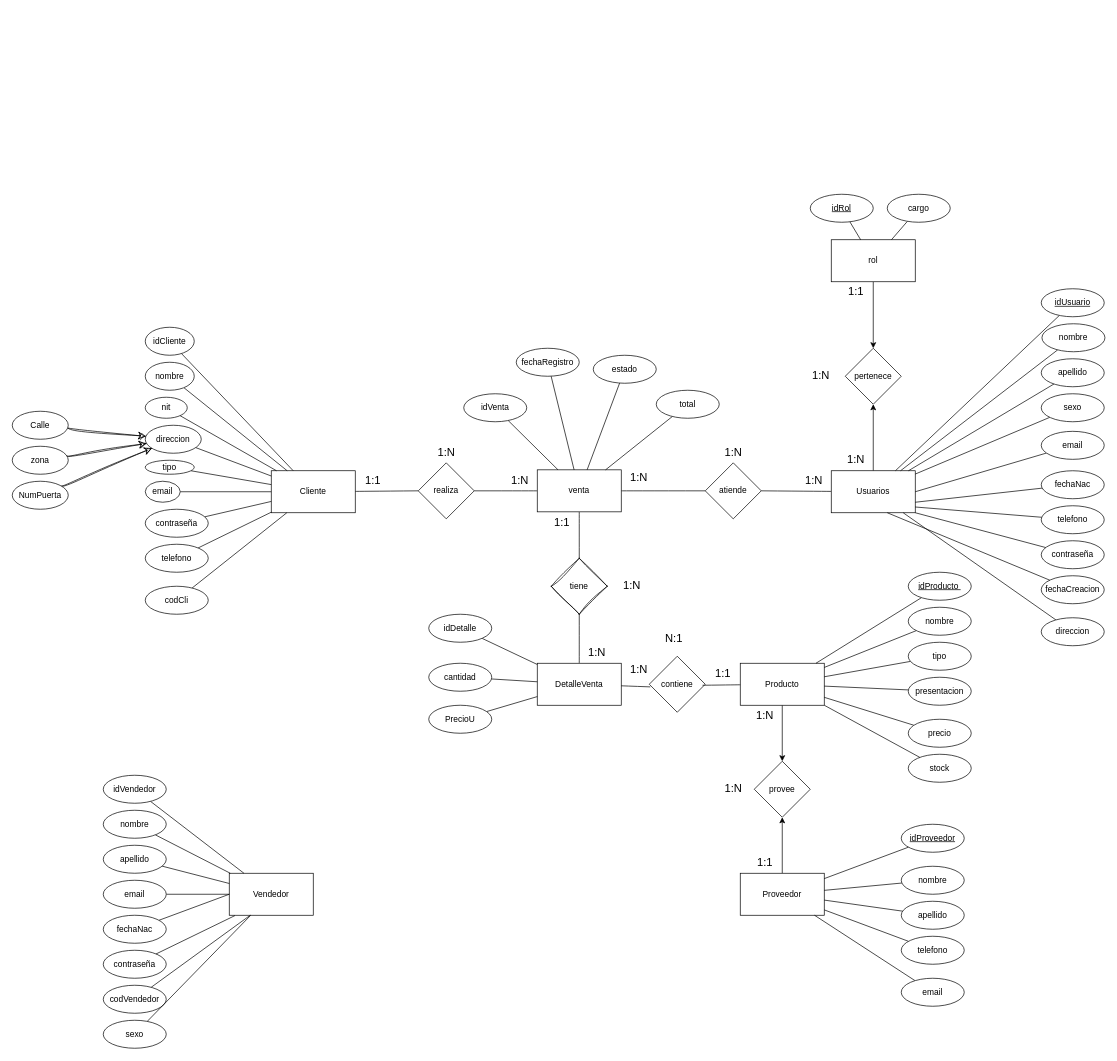
Earlier version of the draw.io diagram CBN VENTAS (1).drawio (EliasLopez09/Estructura-de-Datos-). Source tidied: cells renumbered, new cells numbered last; positions are measured from the earlier drawing's top-left corner, leaving out a move shared by most shapes. Both pictures are drawn from the tidied source at 70%, with x=0, y=0 at pixel (12, 194).
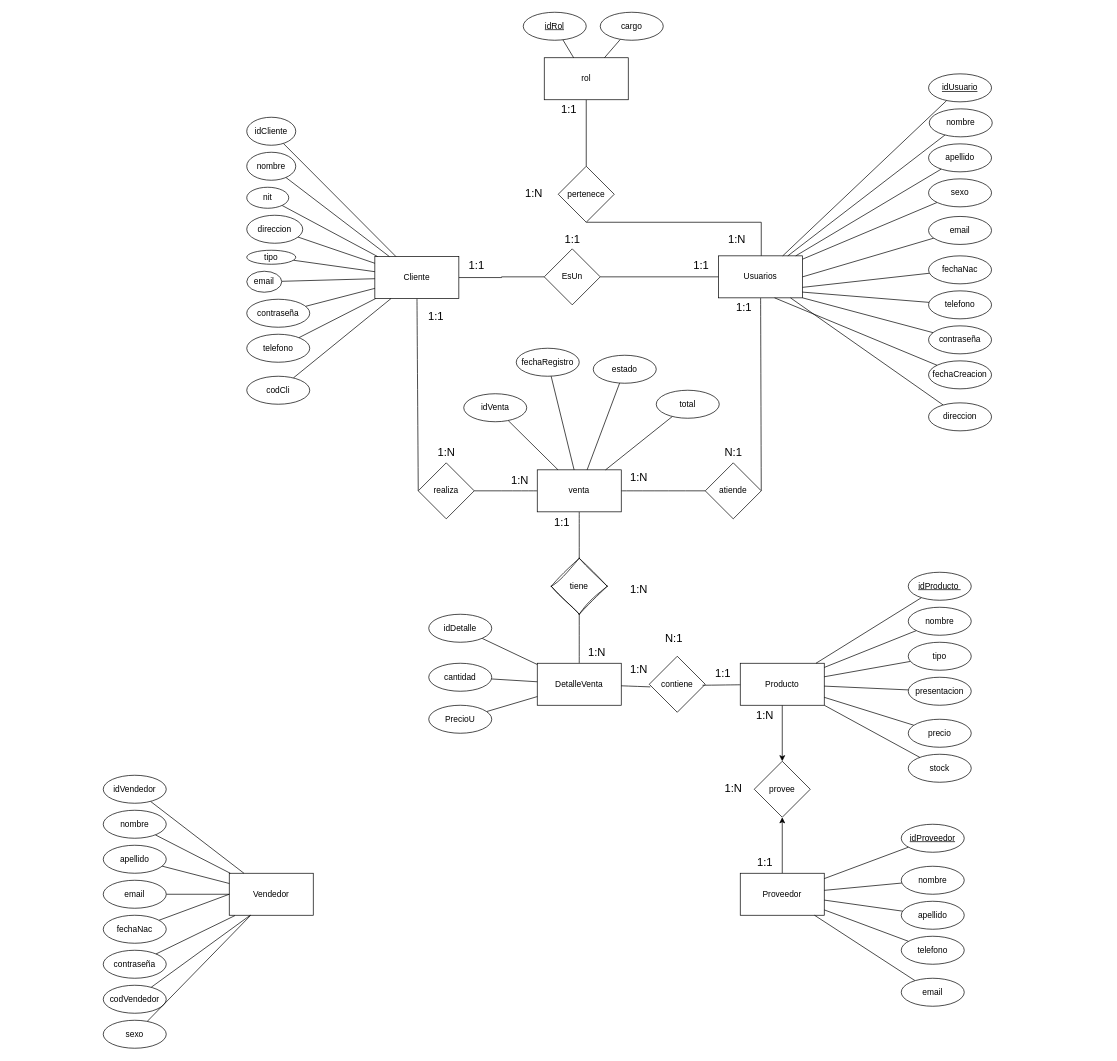
The same diagram, later.

What changed in the source:
```diff
@@
+    <mxCell id="146" style="edgeStyle=orthogonalEdgeStyle;rounded=0;jettySize=auto;html=1;entryX=0;entryY=0.5;entryDx=0;entryDy=0;endArrow=none;startFill=0;" parent="1" edge="1" source="3" target="148">
+      <mxGeometry relative="1" as="geometry" />
+    </mxCell>
     <mxCell id="3" value="&lt;font face=&quot;Helvetica&quot;&gt;Cliente&lt;/font&gt;" style="rounded=0;whiteSpace=wrap;html=1;hachureGap=4;fontFamily=Architects Daughter;" parent="1" vertex="1">
-      <mxGeometry x="370" y="395" width="120" height="60" as="geometry" />
+      <mxGeometry x="518" y="89" width="120" height="60" as="geometry" />
     </mxCell>
@@
-    <mxCell id="5" style="edgeStyle=orthogonalEdgeStyle;rounded=0;jettySize=auto;html=1;entryX=0.5;entryY=1;entryDx=0;entryDy=0;" parent="1" edge="1" source="6" target="139">
-      <mxGeometry relative="1" as="geometry" />
+    <mxCell id="5" style="rounded=0;jettySize=auto;html=1;entryX=0.5;entryY=1;entryDx=0;entryDy=0;endArrow=none;startFill=0;edgeStyle=orthogonalEdgeStyle;" parent="1" edge="1" source="6" target="139">
+      <mxGeometry relative="1" as="geometry">
+        <Array as="points">
+          <mxPoint x="1070" y="40" />
+        </Array>
+      </mxGeometry>
     </mxCell>
+    <mxCell id="147" style="edgeStyle=orthogonalEdgeStyle;rounded=0;jettySize=auto;html=1;entryX=1;entryY=0.5;entryDx=0;entryDy=0;endArrow=none;startFill=0;" parent="1" edge="1" source="6" target="148">
+      <mxGeometry relative="1" as="geometry" />
+    </mxCell>
     <mxCell id="6" value="&lt;font face=&quot;Helvetica&quot;&gt;Usuarios&lt;/font&gt;" style="rounded=0;whiteSpace=wrap;html=1;hachureGap=4;fontFamily=Architects Daughter;" parent="1" vertex="1">
-      <mxGeometry x="1170" y="395" width="120" height="60" as="geometry" />
+      <mxGeometry x="1009" y="88" width="120" height="60" as="geometry" />
     </mxCell>
@@
     <mxCell id="9" value="&lt;font face=&quot;Helvetica&quot;&gt;contraseña&lt;/font&gt;" style="ellipse;whiteSpace=wrap;html=1;hachureGap=4;fontFamily=Architects Daughter;" parent="1" vertex="1">
-      <mxGeometry x="190" y="450" width="90" height="40" as="geometry" />
+      <mxGeometry x="335" y="150" width="90" height="40" as="geometry" />
     </mxCell>
@@
     <mxCell id="11" value="&lt;font face=&quot;Helvetica&quot;&gt;email&lt;/font&gt;" style="ellipse;whiteSpace=wrap;html=1;hachureGap=4;fontFamily=Architects Daughter;" parent="1" vertex="1">
-      <mxGeometry x="190" y="410" width="50" height="30" as="geometry" />
+      <mxGeometry x="335" y="110" width="50" height="30" as="geometry" />
     </mxCell>
@@
     <mxCell id="13" value="&lt;font face=&quot;Helvetica&quot;&gt;tipo&lt;/font&gt;" style="ellipse;whiteSpace=wrap;html=1;hachureGap=4;fontFamily=Architects Daughter;" parent="1" vertex="1">
-      <mxGeometry x="190" y="380" width="70" height="20" as="geometry" />
+      <mxGeometry x="335" y="80" width="70" height="20" as="geometry" />
     </mxCell>
@@
     <mxCell id="15" value="&lt;font face=&quot;Helvetica&quot;&gt;direccion&lt;/font&gt;" style="ellipse;whiteSpace=wrap;html=1;hachureGap=4;fontFamily=Architects Daughter;" parent="1" vertex="1">
-      <mxGeometry x="190" y="330" width="80" height="40" as="geometry" />
+      <mxGeometry x="335" y="30" width="80" height="40" as="geometry" />
     </mxCell>
@@
     <mxCell id="17" value="&lt;font face=&quot;Helvetica&quot;&gt;nit&lt;/font&gt;" style="ellipse;whiteSpace=wrap;html=1;hachureGap=4;fontFamily=Architects Daughter;" parent="1" vertex="1">
-      <mxGeometry x="190" y="290" width="60" height="30" as="geometry" />
+      <mxGeometry x="335" y="-10" width="60" height="30" as="geometry" />
     </mxCell>
@@
     <mxCell id="19" value="&lt;font face=&quot;Helvetica&quot;&gt;nombre&lt;/font&gt;" style="ellipse;whiteSpace=wrap;html=1;hachureGap=4;fontFamily=Architects Daughter;" parent="1" vertex="1">
-      <mxGeometry x="190" y="240" width="70" height="40" as="geometry" />
+      <mxGeometry x="335" y="-60" width="70" height="40" as="geometry" />
     </mxCell>
@@
     <mxCell id="21" value="&lt;font face=&quot;Helvetica&quot;&gt;idCliente&lt;/font&gt;" style="ellipse;whiteSpace=wrap;html=1;hachureGap=4;fontFamily=Architects Daughter;" parent="1" vertex="1">
-      <mxGeometry x="190" y="190" width="70" height="40" as="geometry" />
+      <mxGeometry x="335" y="-110" width="70" height="40" as="geometry" />
     </mxCell>
@@
     <mxCell id="23" value="&lt;font face=&quot;Helvetica&quot;&gt;telefono&lt;/font&gt;" style="ellipse;whiteSpace=wrap;html=1;hachureGap=4;fontFamily=Architects Daughter;" parent="1" vertex="1">
-      <mxGeometry x="190" y="500" width="90" height="40" as="geometry" />
+      <mxGeometry x="335" y="200" width="90" height="40" as="geometry" />
     </mxCell>
@@
     <mxCell id="41" value="&lt;font face=&quot;Helvetica&quot;&gt;&lt;u&gt;idUsuario&lt;/u&gt;&lt;/font&gt;" style="ellipse;whiteSpace=wrap;html=1;hachureGap=4;fontFamily=Architects Daughter;" parent="1" vertex="1">
-      <mxGeometry x="1470" y="135" width="90" height="40" as="geometry" />
+      <mxGeometry x="1309" y="-172" width="90" height="40" as="geometry" />
     </mxCell>
@@
     <mxCell id="43" value="&lt;font face=&quot;Helvetica&quot;&gt;nombre&lt;/font&gt;" style="ellipse;whiteSpace=wrap;html=1;hachureGap=4;fontFamily=Architects Daughter;" parent="1" vertex="1">
-      <mxGeometry x="1471" y="185" width="90" height="40" as="geometry" />
+      <mxGeometry x="1310" y="-122" width="90" height="40" as="geometry" />
     </mxCell>
@@
     <mxCell id="45" value="&lt;font face=&quot;Helvetica&quot;&gt;apellido&lt;/font&gt;" style="ellipse;whiteSpace=wrap;html=1;hachureGap=4;fontFamily=Architects Daughter;" parent="1" vertex="1">
-      <mxGeometry x="1470" y="235" width="90" height="40" as="geometry" />
+      <mxGeometry x="1309" y="-72" width="90" height="40" as="geometry" />
     </mxCell>
@@
     <mxCell id="47" value="&lt;font face=&quot;Helvetica&quot;&gt;telefono&lt;/font&gt;" style="ellipse;whiteSpace=wrap;html=1;hachureGap=4;fontFamily=Architects Daughter;" parent="1" vertex="1">
-      <mxGeometry x="1470" y="445" width="90" height="40" as="geometry" />
+      <mxGeometry x="1309" y="138" width="90" height="40" as="geometry" />
     </mxCell>
@@
     <mxCell id="49" value="&lt;font face=&quot;Helvetica&quot;&gt;sexo&lt;/font&gt;" style="ellipse;whiteSpace=wrap;html=1;hachureGap=4;fontFamily=Architects Daughter;" parent="1" vertex="1">
-      <mxGeometry x="1470" y="285" width="90" height="40" as="geometry" />
+      <mxGeometry x="1309" y="-22" width="90" height="40" as="geometry" />
     </mxCell>
     <mxCell id="50" value="&lt;font face=&quot;Helvetica&quot;&gt;fechaNac&lt;/font&gt;" style="ellipse;whiteSpace=wrap;html=1;hachureGap=4;fontFamily=Architects Daughter;" parent="1" vertex="1">
-      <mxGeometry x="1470" y="395" width="90" height="40" as="geometry" />
+      <mxGeometry x="1309" y="88" width="90" height="40" as="geometry" />
     </mxCell>
@@
     <mxCell id="53" value="&lt;font face=&quot;Helvetica&quot;&gt;email&lt;/font&gt;" style="ellipse;whiteSpace=wrap;html=1;hachureGap=4;fontFamily=Architects Daughter;" parent="1" vertex="1">
-      <mxGeometry x="1470" y="338.7" width="90" height="40" as="geometry" />
+      <mxGeometry x="1309" y="31.7" width="90" height="40" as="geometry" />
     </mxCell>
     <mxCell id="54" value="&lt;font face=&quot;Helvetica&quot;&gt;contraseña&lt;/font&gt;" style="ellipse;whiteSpace=wrap;html=1;hachureGap=4;fontFamily=Architects Daughter;" parent="1" vertex="1">
-      <mxGeometry x="1470" y="495" width="90" height="40" as="geometry" />
+      <mxGeometry x="1309" y="188" width="90" height="40" as="geometry" />
     </mxCell>
     <mxCell id="55" value="&lt;font face=&quot;Helvetica&quot;&gt;fechaCreacion&lt;/font&gt;" style="ellipse;whiteSpace=wrap;html=1;hachureGap=4;fontFamily=Architects Daughter;" parent="1" vertex="1">
-      <mxGeometry x="1470" y="545" width="90" height="40" as="geometry" />
+      <mxGeometry x="1309" y="238" width="90" height="40" as="geometry" />
     </mxCell>
@@
     <mxCell id="59" value="&lt;font face=&quot;Helvetica&quot;&gt;codCli&lt;/font&gt;" style="ellipse;whiteSpace=wrap;html=1;hachureGap=4;fontFamily=Architects Daughter;" parent="1" vertex="1">
-      <mxGeometry x="190" y="560" width="90" height="40" as="geometry" />
+      <mxGeometry x="335" y="260" width="90" height="40" as="geometry" />
     </mxCell>
@@
     <mxCell id="95" value="&lt;font face=&quot;Helvetica&quot;&gt;1:1&lt;/font&gt;" style="text;html=1;align=center;verticalAlign=middle;strokeColor=none;fillColor=none;fontSize=16;fontFamily=Architects Daughter;" parent="1" vertex="1">
-      <mxGeometry x="490" y="395" width="50" height="30" as="geometry" />
+      <mxGeometry x="580" y="160" width="50" height="30" as="geometry" />
     </mxCell>
@@
-    <mxCell id="100" value="&lt;font face=&quot;Helvetica&quot;&gt;1:N&lt;/font&gt;" style="text;html=1;align=center;verticalAlign=middle;strokeColor=none;fillColor=none;fontSize=16;fontFamily=Architects Daughter;" parent="1" vertex="1">
+    <mxCell id="100" value="&lt;font face=&quot;Helvetica&quot;&gt;N:1&lt;/font&gt;" style="text;html=1;align=center;verticalAlign=middle;strokeColor=none;fillColor=none;fontSize=16;fontFamily=Architects Daughter;" parent="1" vertex="1">
       <mxGeometry x="1005" y="353.7" width="50" height="30" as="geometry" />
     </mxCell>
     <mxCell id="101" value="&lt;font face=&quot;Helvetica&quot;&gt;1:N&lt;/font&gt;" style="text;html=1;align=center;verticalAlign=middle;strokeColor=none;fillColor=none;fontSize=16;fontFamily=Architects Daughter;" parent="1" vertex="1">
-      <mxGeometry x="1120" y="395" width="50" height="30" as="geometry" />
+      <mxGeometry x="1010" y="50" width="50" height="30" as="geometry" />
     </mxCell>
@@
     <mxCell id="110" value="&lt;font face=&quot;Helvetica&quot;&gt;1:N&lt;/font&gt;" style="text;html=1;align=center;verticalAlign=middle;strokeColor=none;fillColor=none;fontSize=16;fontFamily=Architects Daughter;" parent="1" vertex="1">
-      <mxGeometry x="860" y="545" width="50" height="30" as="geometry" />
+      <mxGeometry x="870" y="550" width="50" height="30" as="geometry" />
     </mxCell>
-    <mxCell id="111" style="edgeStyle=none;curved=1;rounded=0;sketch=1;hachureGap=4;jiggle=2;curveFitting=1;jettySize=auto;html=1;fontFamily=Architects Daughter;fontSize=12;startSize=8;endSize=8;" parent="1" edge="1" source="112" target="15">
-      <mxGeometry relative="1" as="geometry" />
-    </mxCell>
-    <mxCell id="112" value="&lt;font face=&quot;Helvetica&quot;&gt;Calle&lt;/font&gt;" style="ellipse;whiteSpace=wrap;html=1;hachureGap=4;fontFamily=Architects Daughter;" parent="1" vertex="1">
-      <mxGeometry y="310" width="80" height="40" as="geometry" />
-    </mxCell>
-    <mxCell id="113" style="edgeStyle=none;curved=1;rounded=0;sketch=1;hachureGap=4;jiggle=2;curveFitting=1;jettySize=auto;html=1;fontFamily=Architects Daughter;fontSize=12;startSize=8;endSize=8;" parent="1" edge="1" source="114" target="15">
-      <mxGeometry relative="1" as="geometry" />
-    </mxCell>
-    <mxCell id="114" value="&lt;font face=&quot;Helvetica&quot;&gt;zona&lt;/font&gt;" style="ellipse;whiteSpace=wrap;html=1;hachureGap=4;fontFamily=Architects Daughter;" parent="1" vertex="1">
-      <mxGeometry y="360" width="80" height="40" as="geometry" />
-    </mxCell>
-    <mxCell id="115" style="edgeStyle=none;curved=1;rounded=0;sketch=1;hachureGap=4;jiggle=2;curveFitting=1;jettySize=auto;html=1;fontFamily=Architects Daughter;fontSize=12;startSize=8;endSize=8;" parent="1" edge="1" source="116" target="15">
-      <mxGeometry relative="1" as="geometry" />
-    </mxCell>
-    <mxCell id="116" value="&lt;font face=&quot;Helvetica&quot;&gt;NumPuerta&lt;/font&gt;" style="ellipse;whiteSpace=wrap;html=1;hachureGap=4;fontFamily=Architects Daughter;" parent="1" vertex="1">
-      <mxGeometry y="410" width="80" height="40" as="geometry" />
-    </mxCell>
@@
-    <mxCell id="133" style="edgeStyle=orthogonalEdgeStyle;rounded=0;jettySize=auto;html=1;entryX=0.5;entryY=0;entryDx=0;entryDy=0;" parent="1" edge="1" source="134" target="139">
+    <mxCell id="133" style="edgeStyle=orthogonalEdgeStyle;rounded=0;jettySize=auto;html=1;entryX=0.5;entryY=0;entryDx=0;entryDy=0;endArrow=none;startFill=0;" parent="1" edge="1" source="134" target="139">
       <mxGeometry relative="1" as="geometry" />
     </mxCell>
     <mxCell id="134" value="&lt;font face=&quot;Helvetica&quot;&gt;rol&lt;/font&gt;" style="rounded=0;whiteSpace=wrap;html=1;hachureGap=4;fontFamily=Architects Daughter;" parent="1" vertex="1">
-      <mxGeometry x="1170" y="65" width="120" height="60" as="geometry" />
+      <mxGeometry x="760" y="-195" width="120" height="60" as="geometry" />
     </mxCell>
@@
     <mxCell id="136" value="&lt;font face=&quot;Helvetica&quot;&gt;&lt;u&gt;idRol&lt;/u&gt;&lt;/font&gt;" style="ellipse;whiteSpace=wrap;html=1;hachureGap=4;fontFamily=Architects Daughter;" parent="1" vertex="1">
-      <mxGeometry x="1140" width="90" height="40" as="geometry" />
+      <mxGeometry x="730" y="-260" width="90" height="40" as="geometry" />
     </mxCell>
@@
     <mxCell id="138" value="&lt;font face=&quot;Helvetica&quot;&gt;cargo&lt;/font&gt;" style="ellipse;whiteSpace=wrap;html=1;hachureGap=4;fontFamily=Architects Daughter;" parent="1" vertex="1">
-      <mxGeometry x="1250" width="90" height="40" as="geometry" />
+      <mxGeometry x="840" y="-260" width="90" height="40" as="geometry" />
     </mxCell>
     <mxCell id="139" value="&lt;font face=&quot;Helvetica&quot;&gt;pertenece&lt;/font&gt;" style="rhombus;whiteSpace=wrap;html=1;hachureGap=4;fontFamily=Architects Daughter;" parent="1" vertex="1">
-      <mxGeometry x="1190" y="220" width="80" height="80" as="geometry" />
+      <mxGeometry x="780" y="-40" width="80" height="80" as="geometry" />
     </mxCell>
-    <mxCell id="140" value="&lt;font face=&quot;Helvetica&quot;&gt;1:N&lt;/font&gt;" style="text;html=1;align=center;verticalAlign=middle;strokeColor=none;fillColor=none;fontSize=16;fontFamily=Architects Daughter;" parent="1" vertex="1">
-      <mxGeometry x="1180" y="363.7" width="50" height="30" as="geometry" />
+    <mxCell id="140" value="&lt;font face=&quot;Helvetica&quot;&gt;1:1&lt;/font&gt;" style="text;html=1;align=center;verticalAlign=middle;strokeColor=none;fillColor=none;fontSize=16;fontFamily=Architects Daughter;" parent="1" vertex="1">
+      <mxGeometry x="1020" y="148" width="50" height="30" as="geometry" />
     </mxCell>
     <mxCell id="141" value="&lt;font face=&quot;Helvetica&quot;&gt;1:1&lt;/font&gt;" style="text;html=1;align=center;verticalAlign=middle;strokeColor=none;fillColor=none;fontSize=16;fontFamily=Architects Daughter;" parent="1" vertex="1">
-      <mxGeometry x="1180" y="125" width="50" height="30" as="geometry" />
+      <mxGeometry x="770" y="-135" width="50" height="30" as="geometry" />
     </mxCell>
     <mxCell id="142" value="&lt;font face=&quot;Helvetica&quot;&gt;1:N&lt;/font&gt;" style="text;html=1;align=center;verticalAlign=middle;strokeColor=none;fillColor=none;fontSize=16;fontFamily=Architects Daughter;" parent="1" vertex="1">
-      <mxGeometry x="1130" y="245" width="50" height="30" as="geometry" />
+      <mxGeometry x="720" y="-15" width="50" height="30" as="geometry" />
     </mxCell>
@@
     <mxCell id="144" value="&lt;font face=&quot;Helvetica&quot;&gt;direccion&lt;/font&gt;" style="ellipse;whiteSpace=wrap;html=1;hachureGap=4;fontFamily=Architects Daughter;" parent="1" vertex="1">
-      <mxGeometry x="1470" y="605" width="90" height="40" as="geometry" />
+      <mxGeometry x="1309" y="298" width="90" height="40" as="geometry" />
     </mxCell>
@@
+    <mxCell id="148" value="&lt;font face=&quot;Helvetica&quot;&gt;EsUn&lt;/font&gt;" style="rhombus;whiteSpace=wrap;html=1;hachureGap=4;fontFamily=Architects Daughter;" parent="1" vertex="1">
+      <mxGeometry x="760" y="78" width="80" height="80" as="geometry" />
+    </mxCell>
+    <mxCell id="149" value="&lt;font face=&quot;Helvetica&quot;&gt;1:1&lt;/font&gt;" style="text;html=1;align=center;verticalAlign=middle;strokeColor=none;fillColor=none;fontSize=16;fontFamily=Architects Daughter;" parent="1" vertex="1">
+      <mxGeometry x="638" y="88" width="50" height="30" as="geometry" />
+    </mxCell>
+    <mxCell id="150" value="&lt;font face=&quot;Helvetica&quot;&gt;1:1&lt;/font&gt;" style="text;html=1;align=center;verticalAlign=middle;strokeColor=none;fillColor=none;fontSize=16;fontFamily=Architects Daughter;" parent="1" vertex="1">
+      <mxGeometry x="775" y="50" width="50" height="30" as="geometry" />
+    </mxCell>
+    <mxCell id="151" value="&lt;font face=&quot;Helvetica&quot;&gt;1:1&lt;/font&gt;" style="text;html=1;align=center;verticalAlign=middle;strokeColor=none;fillColor=none;fontSize=16;fontFamily=Architects Daughter;" parent="1" vertex="1">
+      <mxGeometry x="959" y="88" width="50" height="30" as="geometry" />
+    </mxCell>
```
